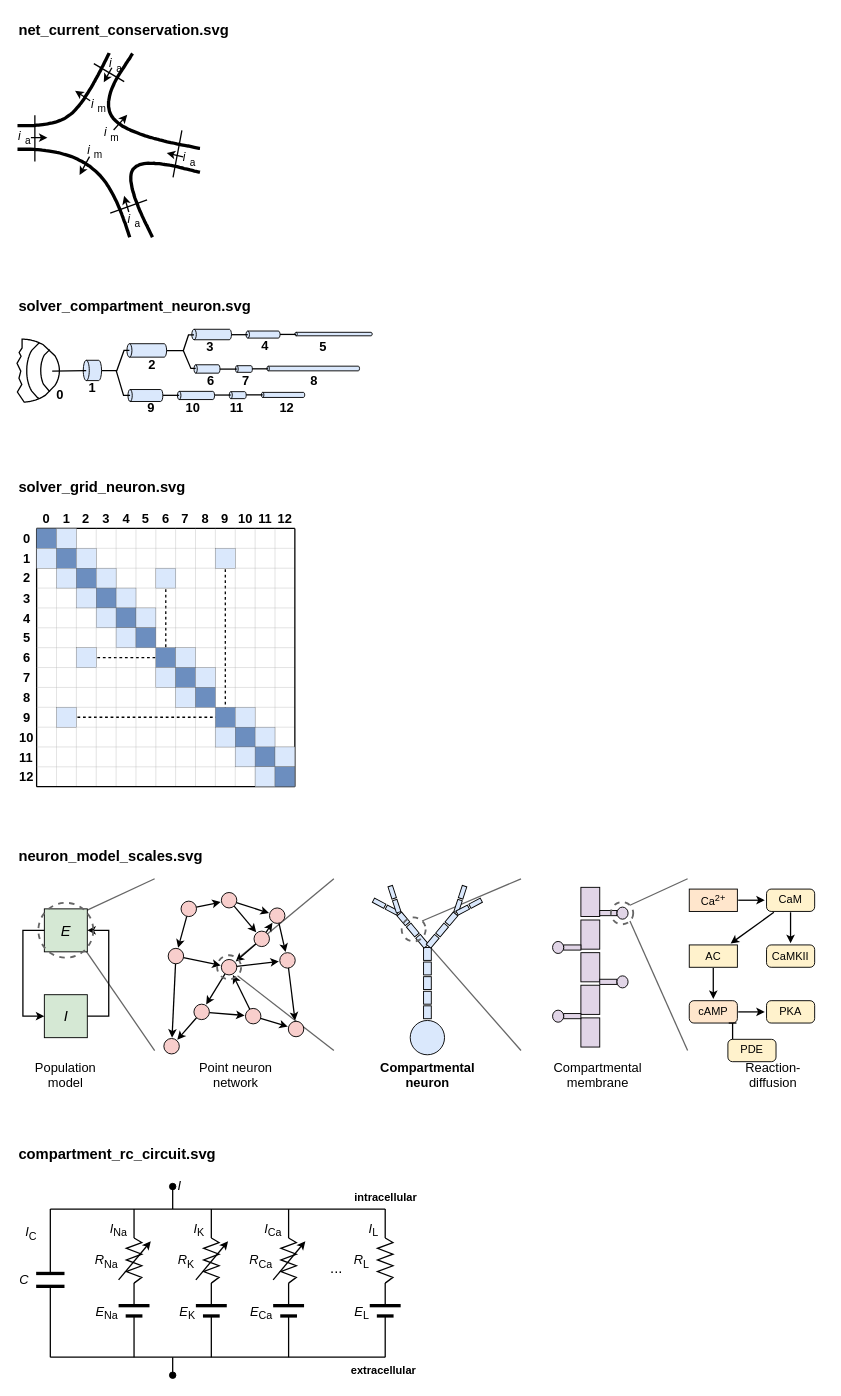
brunomaga/brunomaga.github.io keeps this draw.io diagram as assets/neuron-electrical-activity/neuron-electrical-activity.drawio. Above is the earlier version. Source tidied: cells renumbered, new cells numbered last; positions are measured from the earlier drawing's top-left corner, leaving out a move shared by most shapes. Both pictures are drawn from the tidied source at 92%, with x=0, y=0 at pixel (16, 16).
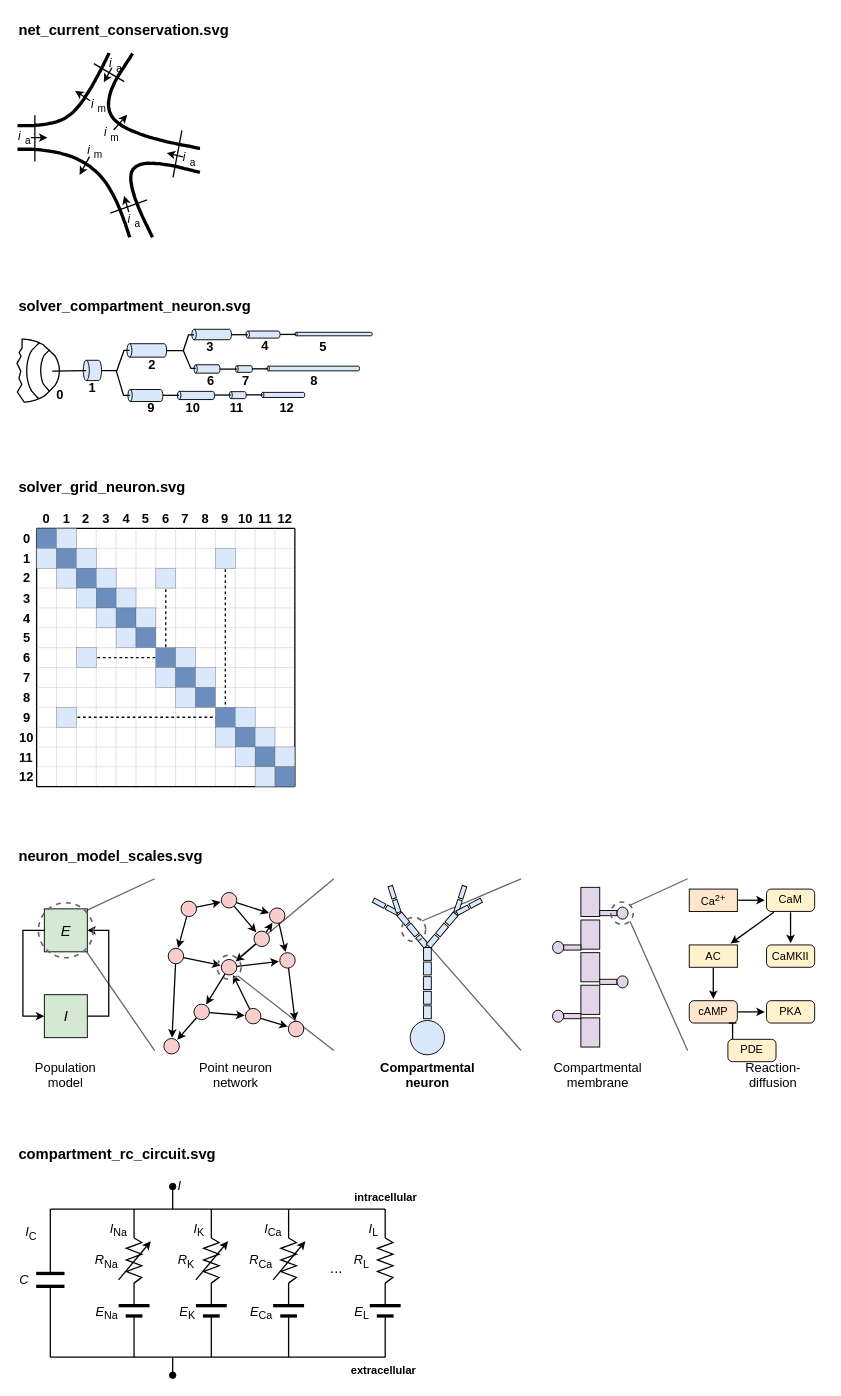
The same diagram, later.

The change refers to these unchanged cells:
```xml
<mxCell id="166" style="group;fontFamily=Source Sans 3;" parent="1" vertex="1">
  <mxGeometry x="1" y="937.7" width="878" height="224.1" as="geometry" />
</mxCell>
```

Change to the diagram source:
```diff
@@
-    <mxCell id="252" style="ellipse;whiteSpace=wrap;html=1;fillColor=none;strokeColor=#666666;strokeWidth=2.0;dashed=1;fontFamily=Source Sans 3;" parent="166" vertex="1">
+    <mxCell id="252" style="ellipse;whiteSpace=wrap;html=1;fillColor=none;strokeColor=#666666;strokeWidth=1.8;dashed=1;fontFamily=Source Sans 3;" parent="166" vertex="1">
       <mxGeometry x="23.2" y="26.1" width="59.7" height="59.7" as="geometry" />
     </mxCell>
-    <mxCell id="253" style="ellipse;whiteSpace=wrap;html=1;fillColor=none;strokeColor=#666666;strokeWidth=2.0;dashed=1;fontFamily=Source Sans 3;" parent="166" vertex="1">
+    <mxCell id="253" style="ellipse;whiteSpace=wrap;html=1;fillColor=none;strokeColor=#666666;strokeWidth=1.8;dashed=1;fontFamily=Source Sans 3;" parent="166" vertex="1">
       <mxGeometry x="217.5" y="83.1" width="26.1" height="26.1" as="geometry" />
     </mxCell>
-    <mxCell id="254" style="ellipse;whiteSpace=wrap;html=1;fillColor=none;strokeColor=#666666;strokeWidth=2.0;dashed=1;fontFamily=Source Sans 3;" parent="166" vertex="1">
+    <mxCell id="254" style="ellipse;whiteSpace=wrap;html=1;fillColor=none;strokeColor=#666666;strokeWidth=1.8;dashed=1;fontFamily=Source Sans 3;" parent="166" vertex="1">
       <mxGeometry x="418.1" y="42" width="26.1" height="26.1" as="geometry" />
     </mxCell>
-    <mxCell id="255" style="ellipse;whiteSpace=wrap;html=1;fillColor=none;strokeColor=#666666;strokeWidth=2.0;dashed=1;fontFamily=Source Sans 3;" parent="166" vertex="1">
+    <mxCell id="255" style="ellipse;whiteSpace=wrap;html=1;fillColor=none;strokeColor=#666666;strokeWidth=1.8;dashed=1;fontFamily=Source Sans 3;" parent="166" vertex="1">
       <mxGeometry x="645.5" y="25.2" width="24.3" height="24.3" as="geometry" />
     </mxCell>
```
